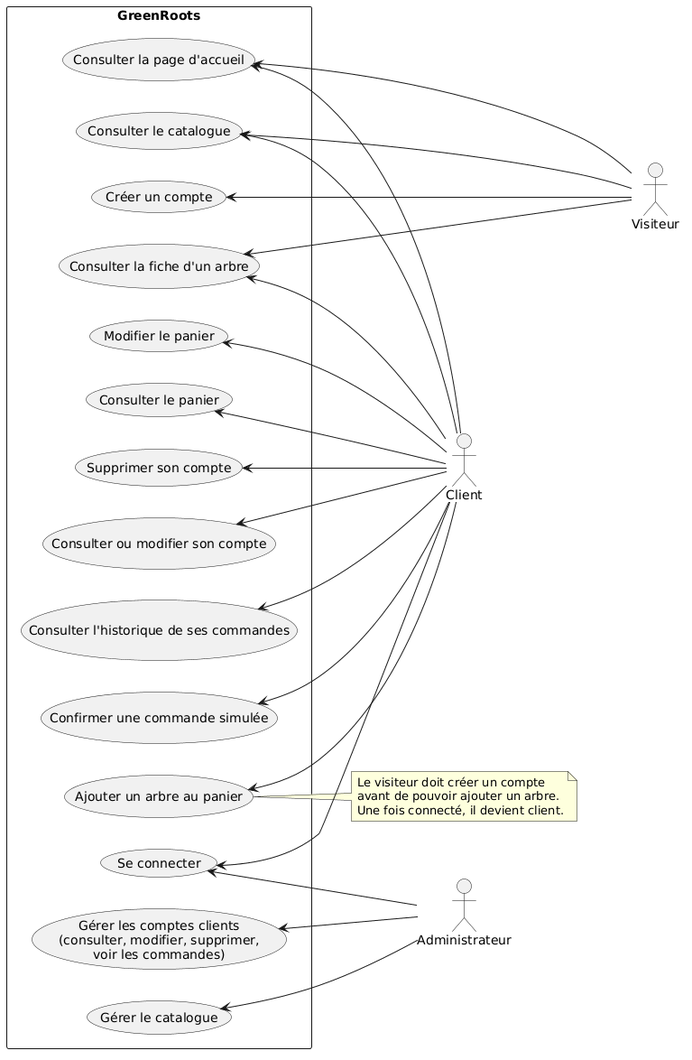
Before: docs/conception/diagrammes/02-diagramme-cas-utilisation.png, a diagram exported from PlantUML (DimitryDereppe/je-s-appelle-graine).
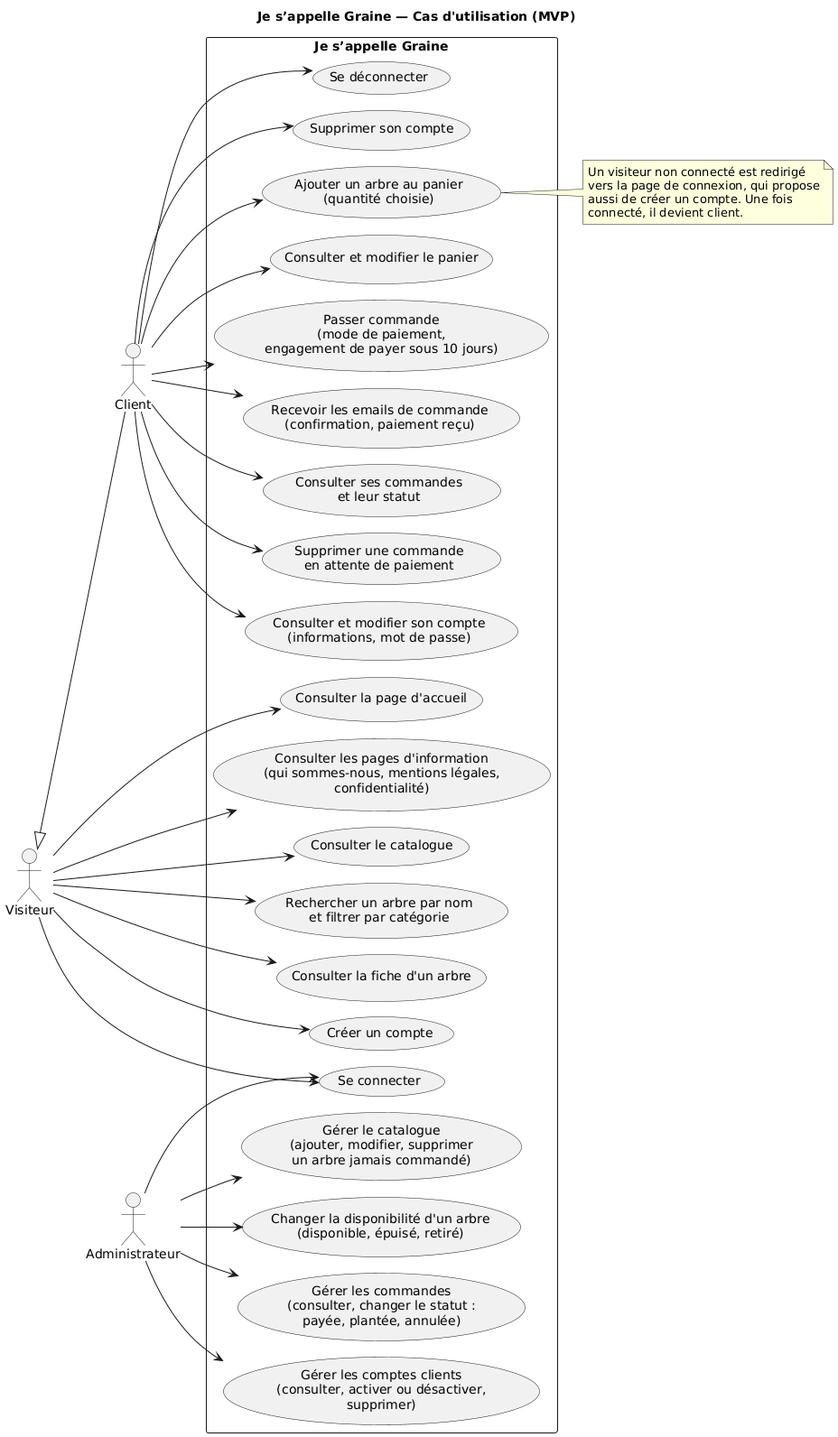
After the commit.

Diff of the diagram source:
```diff
@@ -1,58 +1,66 @@
-@startuml
+@startuml 02-diagramme-cas-utilisation
+!pragma layout smetana
 left to right direction
-skinparam packageStyle rectangle
-skinparam shadowing false
+title Je s’appelle Graine — Cas d'utilisation (MVP)
 
-actor Visiteur as V
-actor Administrateur as A
-actor Client as C
+actor Visiteur as visitor
+actor Client as client
+actor Administrateur as admin
+client -up-|> visitor
 
-rectangle "GreenRoots" {
-  usecase "Consulter la page d'accueil" as Accueil
-  usecase "Consulter le catalogue" as Catalogue
-  usecase "Consulter la fiche d'un arbre" as FicheArbre
-  usecase "Créer un compte" as Inscription
+rectangle "Je s’appelle Graine" {
+  usecase "Consulter la page d'accueil" as UC_home
+  usecase "Consulter les pages d'information\n(qui sommes-nous, mentions légales,\nconfidentialité)" as UC_info
+  usecase "Consulter le catalogue" as UC_catalog
+  usecase "Rechercher un arbre par nom\net filtrer par catégorie" as UC_search
+  usecase "Consulter la fiche d'un arbre" as UC_tree
+  usecase "Créer un compte" as UC_signup
+  usecase "Se connecter" as UC_login
 
-  usecase "Se connecter" as Connexion
-  usecase "Ajouter un arbre au panier" as AjoutPanier
-  usecase "Consulter le panier" as ConsulterPanier
-  usecase "Modifier le panier" as ModifierPanier
-  usecase "Confirmer une commande simulée" as ConfirmerCommande
-  usecase "Consulter l'historique de ses commandes" as HistoriqueCommandes
-  usecase "Consulter ou modifier son compte" as GererCompte
-  usecase "Supprimer son compte" as SupprimerCompte
+  usecase "Ajouter un arbre au panier\n(quantité choisie)" as UC_add
+  usecase "Consulter et modifier le panier" as UC_cart
+  usecase "Passer commande\n(mode de paiement,\nengagement de payer sous 10 jours)" as UC_order
+  usecase "Recevoir les emails de commande\n(confirmation, paiement reçu)" as UC_mail
+  usecase "Consulter ses commandes\net leur statut" as UC_history
+  usecase "Supprimer une commande\nen attente de paiement" as UC_cancel
+  usecase "Consulter et modifier son compte\n(informations, mot de passe)" as UC_account
+  usecase "Se déconnecter" as UC_logout
+  usecase "Supprimer son compte" as UC_delete
 
-  usecase "Gérer le catalogue" as GererCatalogue
-  usecase "Gérer les comptes clients\n(consulter, modifier, supprimer,\nvoir les commandes)" as GererComptes
+  usecase "Gérer le catalogue\n(ajouter, modifier, supprimer\nun arbre jamais commandé)" as UC_admin_trees
+  usecase "Changer la disponibilité d'un arbre\n(disponible, épuisé, retiré)" as UC_admin_avail
+  usecase "Gérer les commandes\n(consulter, changer le statut :\npayée, plantée, annulée)" as UC_admin_orders
+  usecase "Gérer les comptes clients\n(consulter, activer ou désactiver,\nsupprimer)" as UC_admin_users
 }
 
-V -[hidden]up- C
-C -[hidden] A
+visitor --> UC_home
+visitor --> UC_info
+visitor --> UC_catalog
+visitor --> UC_search
+visitor --> UC_tree
+visitor --> UC_signup
+visitor --> UC_login
 
-V --> Accueil
-V --> Catalogue
-V --> FicheArbre
-V --> Inscription
+client --> UC_add
+client --> UC_cart
+client --> UC_order
+client --> UC_mail
+client --> UC_history
+client --> UC_cancel
+client --> UC_account
+client --> UC_logout
+client --> UC_delete
 
-Connexion <-- C
-Accueil <-- C
-Catalogue <-- C
-FicheArbre <-- C
-AjoutPanier <-- C
-ConsulterPanier <-- C
-ModifierPanier <-- C
-ConfirmerCommande <-- C
-HistoriqueCommandes <-- C
-GererCompte <-- C
-SupprimerCompte <-- C
+admin --> UC_login
+admin --> UC_admin_trees
+admin --> UC_admin_avail
+admin --> UC_admin_orders
+admin --> UC_admin_users
 
-A --> Connexion
-A --> GererCatalogue
-A --> GererComptes
-
-note right of AjoutPanier
-  Le visiteur doit créer un compte
-  avant de pouvoir ajouter un arbre.
-  Une fois connecté, il devient client.
+note right of UC_add
+  Un visiteur non connecté est redirigé
+  vers la page de connexion, qui propose
+  aussi de créer un compte. Une fois
+  connecté, il devient client.
 end note
 @enduml
```
